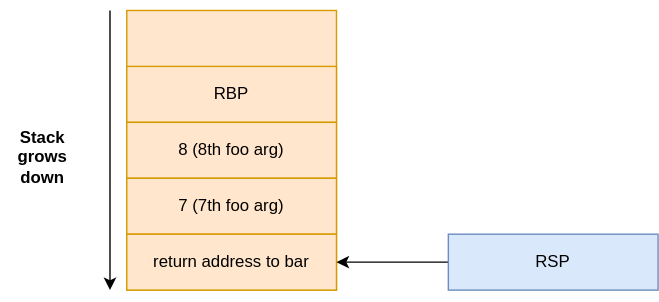
Earlier version of the draw.io export content/assets/stack-during-call.svg (0xAX/asm). Source tidied: cells renumbered, new cells last; positions are measured from the earlier drawing's top-left corner, leaving out a move shared by most shapes.
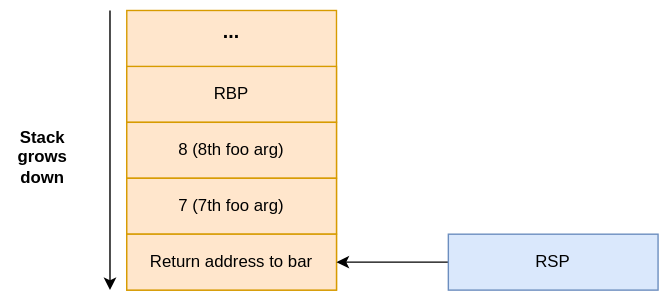
After the commit.

The edit, as a diff of the source:
```diff
@@ -14,7 +14,7 @@
     <mxCell id="5" value="7 (7th foo arg)" style="rounded=0;whiteSpace=wrap;html=1;fillColor=#ffe6cc;strokeColor=#d79b00;" parent="1" vertex="1">
       <mxGeometry x="90" y="120" width="150" height="40" as="geometry" />
     </mxCell>
-    <mxCell id="6" value="return address to bar" style="rounded=0;whiteSpace=wrap;html=1;fillColor=#ffe6cc;strokeColor=#d79b00;" parent="1" vertex="1">
+    <mxCell id="6" value="Return address to bar" style="rounded=0;whiteSpace=wrap;html=1;fillColor=#ffe6cc;strokeColor=#d79b00;" parent="1" vertex="1">
       <mxGeometry x="90" y="160" width="150" height="40" as="geometry" />
     </mxCell>
     <mxCell id="7" style="edgeStyle=orthogonalEdgeStyle;rounded=0;jettySize=auto;html=1;" parent="1" edge="1" source="8" target="6">
@@ -32,5 +32,8 @@
     <mxCell id="10" value="&lt;b&gt;Stack grows down&lt;/b&gt;" style="text;html=1;align=center;verticalAlign=middle;whiteSpace=wrap;rounded=0;" parent="1" vertex="1">
       <mxGeometry y="90" width="60" height="30" as="geometry" />
     </mxCell>
+    <mxCell id="11" value="&lt;b&gt;&lt;font style=&quot;font-size: 14px;&quot;&gt;...&lt;br&gt;&lt;/font&gt;&lt;/b&gt;" style="text;html=1;align=center;verticalAlign=middle;whiteSpace=wrap;rounded=0;" parent="1" vertex="1">
+      <mxGeometry x="135" width="60" height="30" as="geometry" />
+    </mxCell>
   </root>
 </mxGraphModel>
```
